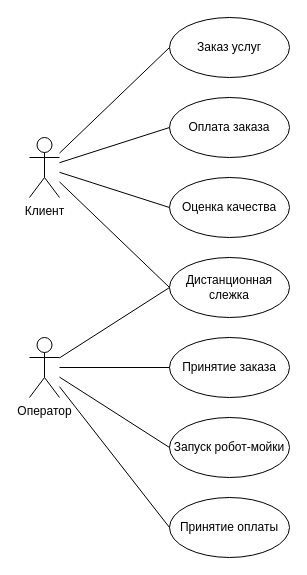
Above: page "Page-1" (1 of 2) of Diagram_1.drawio in vitaliyepikhin/Automated-Car-Wash (draw.io), before the change. Source tidied: cells renumbered, new cells numbered last; positions are measured from the earlier drawing's top-left corner, leaving out a move shared by most shapes. Both pictures are drawn from the tidied source at 100%, with x=0, y=0 at pixel (29, 17).
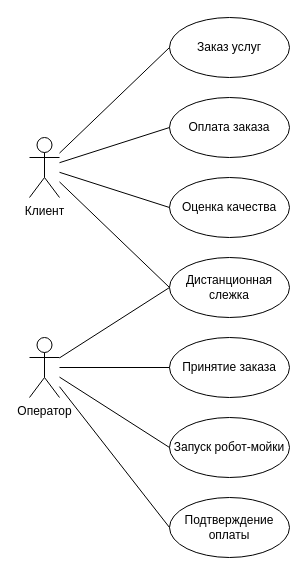
The same page after the edit.

Diff of the diagram source:
```diff
@@
 <mxGraphModel>
   <root>
     <mxCell id="0" />
     <mxCell id="1" parent="0" />
     <mxCell id="2" value="Клиент" style="shape=umlActor;verticalLabelPosition=bottom;verticalAlign=top;html=1;outlineConnect=0;" parent="1" vertex="1">
       <mxGeometry y="120" width="30" height="60" as="geometry" />
     </mxCell>
     <mxCell id="3" value="Оператор" style="shape=umlActor;verticalLabelPosition=bottom;verticalAlign=top;html=1;outlineConnect=0;" parent="1" vertex="1">
       <mxGeometry y="320" width="30" height="60" as="geometry" />
     </mxCell>
     <mxCell id="4" value="Заказ услуг" style="ellipse;whiteSpace=wrap;html=1;" parent="1" vertex="1">
       <mxGeometry x="140" width="120" height="60" as="geometry" />
     </mxCell>
     <mxCell id="5" value="Дистанционная слежка" style="ellipse;whiteSpace=wrap;html=1;" parent="1" vertex="1">
       <mxGeometry x="140" y="240" width="120" height="60" as="geometry" />
     </mxCell>
     <mxCell id="6" value="Оценка качества" style="ellipse;whiteSpace=wrap;html=1;" parent="1" vertex="1">
       <mxGeometry x="140" y="160" width="120" height="60" as="geometry" />
     </mxCell>
     <mxCell id="7" value="Оплата заказа" style="ellipse;whiteSpace=wrap;html=1;" parent="1" vertex="1">
       <mxGeometry x="140" y="80" width="120" height="60" as="geometry" />
     </mxCell>
     <mxCell id="8" value="Принятие заказа" style="ellipse;whiteSpace=wrap;html=1;" parent="1" vertex="1">
       <mxGeometry x="140" y="320" width="120" height="60" as="geometry" />
     </mxCell>
     <mxCell id="9" value="Запуск робот-мойки" style="ellipse;whiteSpace=wrap;html=1;" parent="1" vertex="1">
       <mxGeometry x="140" y="400" width="120" height="60" as="geometry" />
     </mxCell>
-    <mxCell id="10" value="Принятие оплаты" style="ellipse;whiteSpace=wrap;html=1;" parent="1" vertex="1">
+    <mxCell id="10" value="Подтверждение оплаты" style="ellipse;whiteSpace=wrap;html=1;" parent="1" vertex="1">
       <mxGeometry x="140" y="480" width="120" height="60" as="geometry" />
     </mxCell>
     <mxCell id="11" style="endArrow=none;html=1;rounded=0;entryX=0;entryY=0.5;entryDx=0;entryDy=0;" parent="1" edge="1" source="2" target="4">
       <mxGeometry relative="1" as="geometry" />
     </mxCell>
     <mxCell id="12" style="endArrow=none;html=1;rounded=0;entryX=0;entryY=0.5;entryDx=0;entryDy=0;" parent="1" edge="1" source="2" target="5">
       <mxGeometry relative="1" as="geometry" />
     </mxCell>
     <mxCell id="13" style="endArrow=none;html=1;rounded=0;entryX=0;entryY=0.5;entryDx=0;entryDy=0;" parent="1" edge="1" source="2" target="6">
       <mxGeometry relative="1" as="geometry" />
     </mxCell>
     <mxCell id="14" style="endArrow=none;html=1;rounded=0;entryX=0;entryY=0.5;entryDx=0;entryDy=0;" parent="1" edge="1" source="2" target="7">
       <mxGeometry relative="1" as="geometry" />
     </mxCell>
     <mxCell id="15" style="endArrow=none;html=1;rounded=0;entryX=0;entryY=0.5;entryDx=0;entryDy=0;" parent="1" edge="1" source="3" target="5">
       <mxGeometry relative="1" as="geometry" />
     </mxCell>
     <mxCell id="16" style="endArrow=none;html=1;rounded=0;entryX=0;entryY=0.5;entryDx=0;entryDy=0;" parent="1" edge="1" source="3" target="8">
       <mxGeometry relative="1" as="geometry" />
     </mxCell>
     <mxCell id="17" style="endArrow=none;html=1;rounded=0;entryX=0;entryY=0.5;entryDx=0;entryDy=0;" parent="1" edge="1" source="3" target="9">
       <mxGeometry relative="1" as="geometry" />
     </mxCell>
     <mxCell id="18" style="endArrow=none;html=1;rounded=0;entryX=0;entryY=0.5;entryDx=0;entryDy=0;" parent="1" edge="1" source="3" target="10">
       <mxGeometry relative="1" as="geometry" />
     </mxCell>
   </root>
 </mxGraphModel>
```
